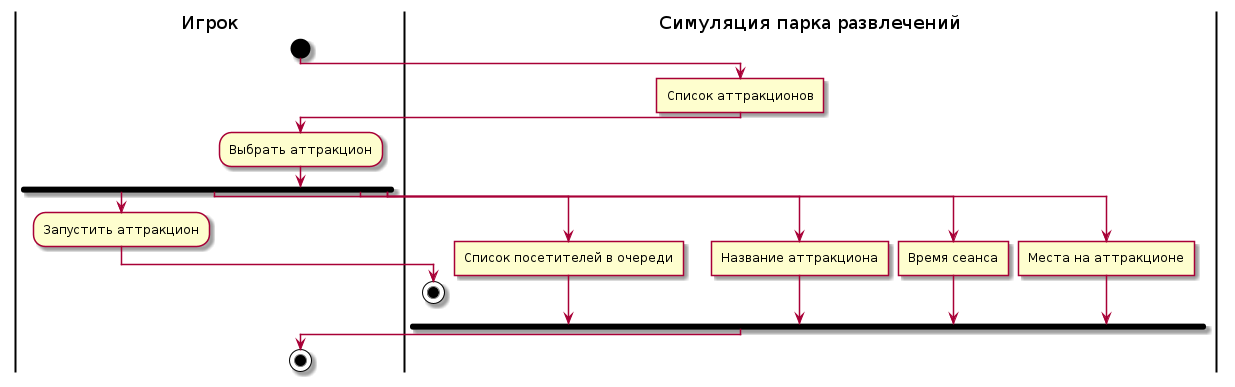
This is description/images/view-attraction-activity-diagram.png from mzhirko/amusement-park, a PlantUML export, as it was before one commit. Its diagram source:
```plantuml
@startuml view-attraction-activity-diagram
skinparam ConditionEndStyle hline
|Игрок|
start
|Симуляция парка развлечений|
:Список аттракционов]
|Игрок|
:Выбрать аттракцион;
fork
:Запустить аттракцион;
|Симуляция парка развлечений|
stop
forkagain
:Список посетителей в очереди]
forkagain
:Название аттракциона]
forkagain
:Время сеанса]
forkagain
:Места на аттракционе]
endfork
|Игрок|
stop
@enduml
```
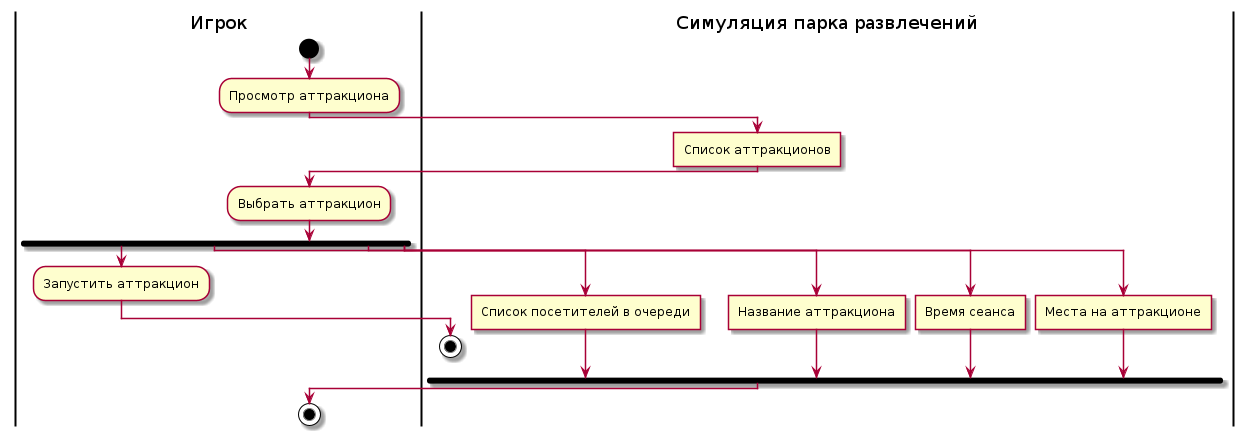
The same diagram one commit later.

Commit message:
Edit activity diagrams

Diff of the diagram source:
```diff
@@ -2,6 +2,7 @@
 skinparam ConditionEndStyle hline
 |Игрок|
 start
+:Просмотр аттракциона;
 |Симуляция парка развлечений|
 :Список аттракционов]
 |Игрок|
```
